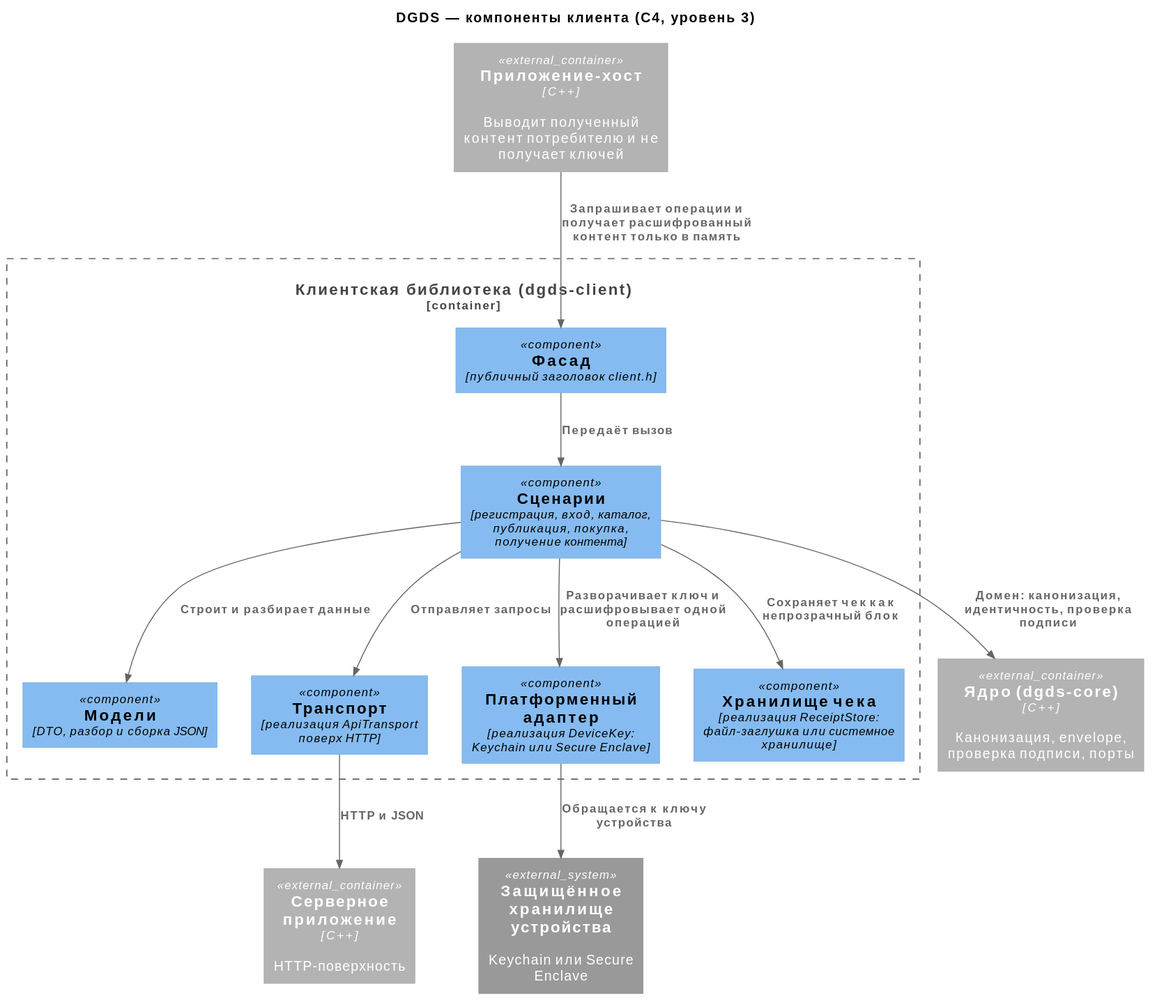
Above: docs/architecture/03-components-client.svg in plushcube/dgds (PlantUML), before the change.
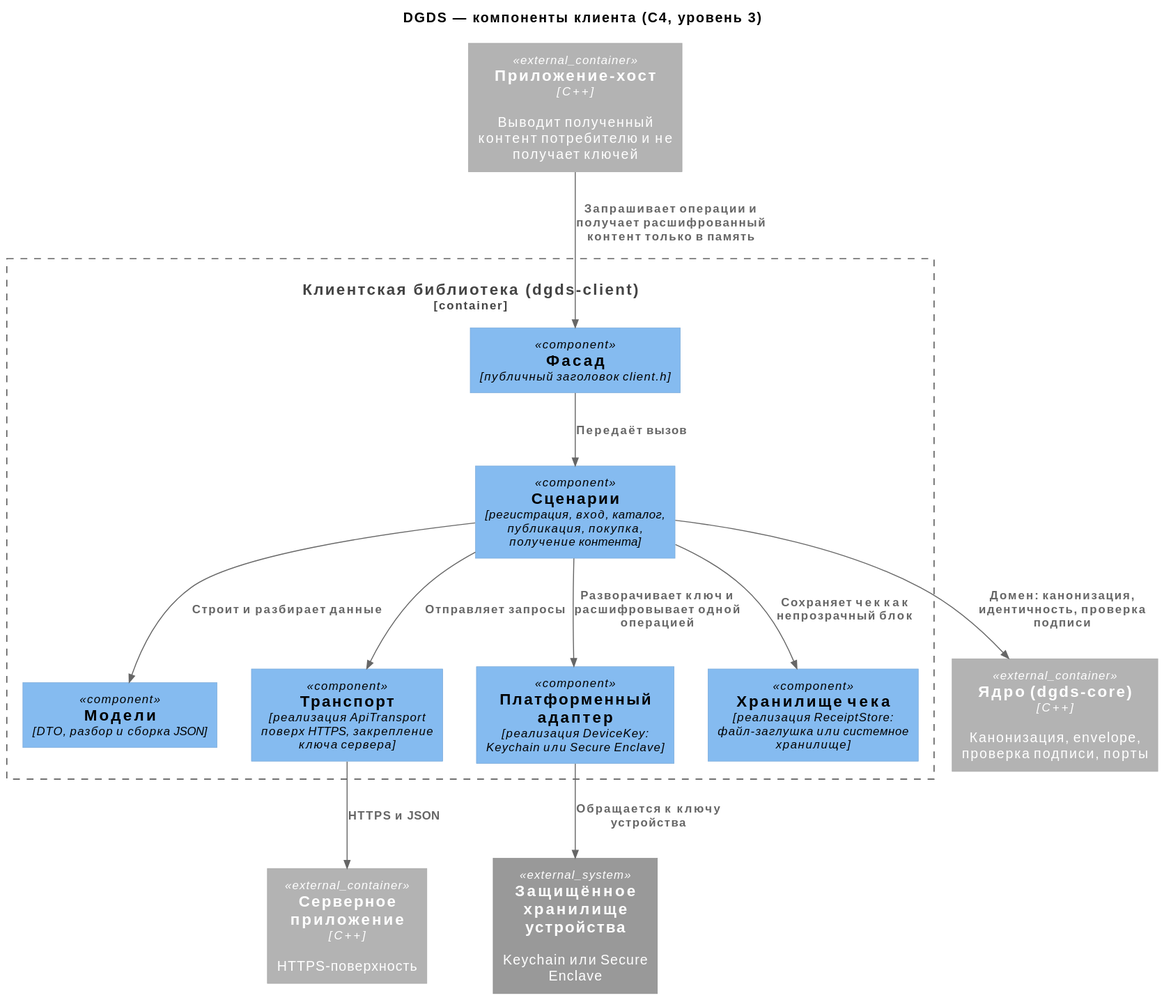
The same file after the commit.

The edit, as a diff of the source:
```diff
@@ -7,14 +7,14 @@
   Component(facade, "Фасад", "публичный заголовок client.h")
   Component(services, "Сценарии", "регистрация, вход, каталог, публикация, покупка, получение контента")
   Component(models, "Модели", "DTO, разбор и сборка JSON")
-  Component(transport, "Транспорт", "реализация ApiTransport поверх HTTP")
+  Component(transport, "Транспорт", "реализация ApiTransport поверх HTTPS, закрепление ключа сервера")
   Component(platform, "Платформенный адаптер", "реализация DeviceKey: Keychain или Secure Enclave")
   Component(receipts, "Хранилище чека", "реализация ReceiptStore: файл-заглушка или системное хранилище")
 }
 
 Container_Ext(host, "Приложение-хост", "C++", "Выводит полученный контент потребителю и не получает ключей")
 System_Ext(devicekey, "Защищённое хранилище устройства", "Keychain или Secure Enclave")
-Container_Ext(server, "Серверное приложение", "C++", "HTTP-поверхность")
+Container_Ext(server, "Серверное приложение", "C++", "HTTPS-поверхность")
 Container_Ext(core, "Ядро (dgds-core)", "C++", "Канонизация, envelope, проверка подписи, порты")
 
 Rel(host, facade, "Запрашивает операции и получает расшифрованный контент только в память")
@@ -25,5 +25,5 @@
 Rel(services, platform, "Разворачивает ключ и расшифровывает одной операцией")
 Rel(services, core, "Домен: канонизация, идентичность, проверка подписи")
 Rel(platform, devicekey, "Обращается к ключу устройства")
-Rel(transport, server, "HTTP и JSON")
+Rel(transport, server, "HTTPS и JSON")
 @enduml
```
